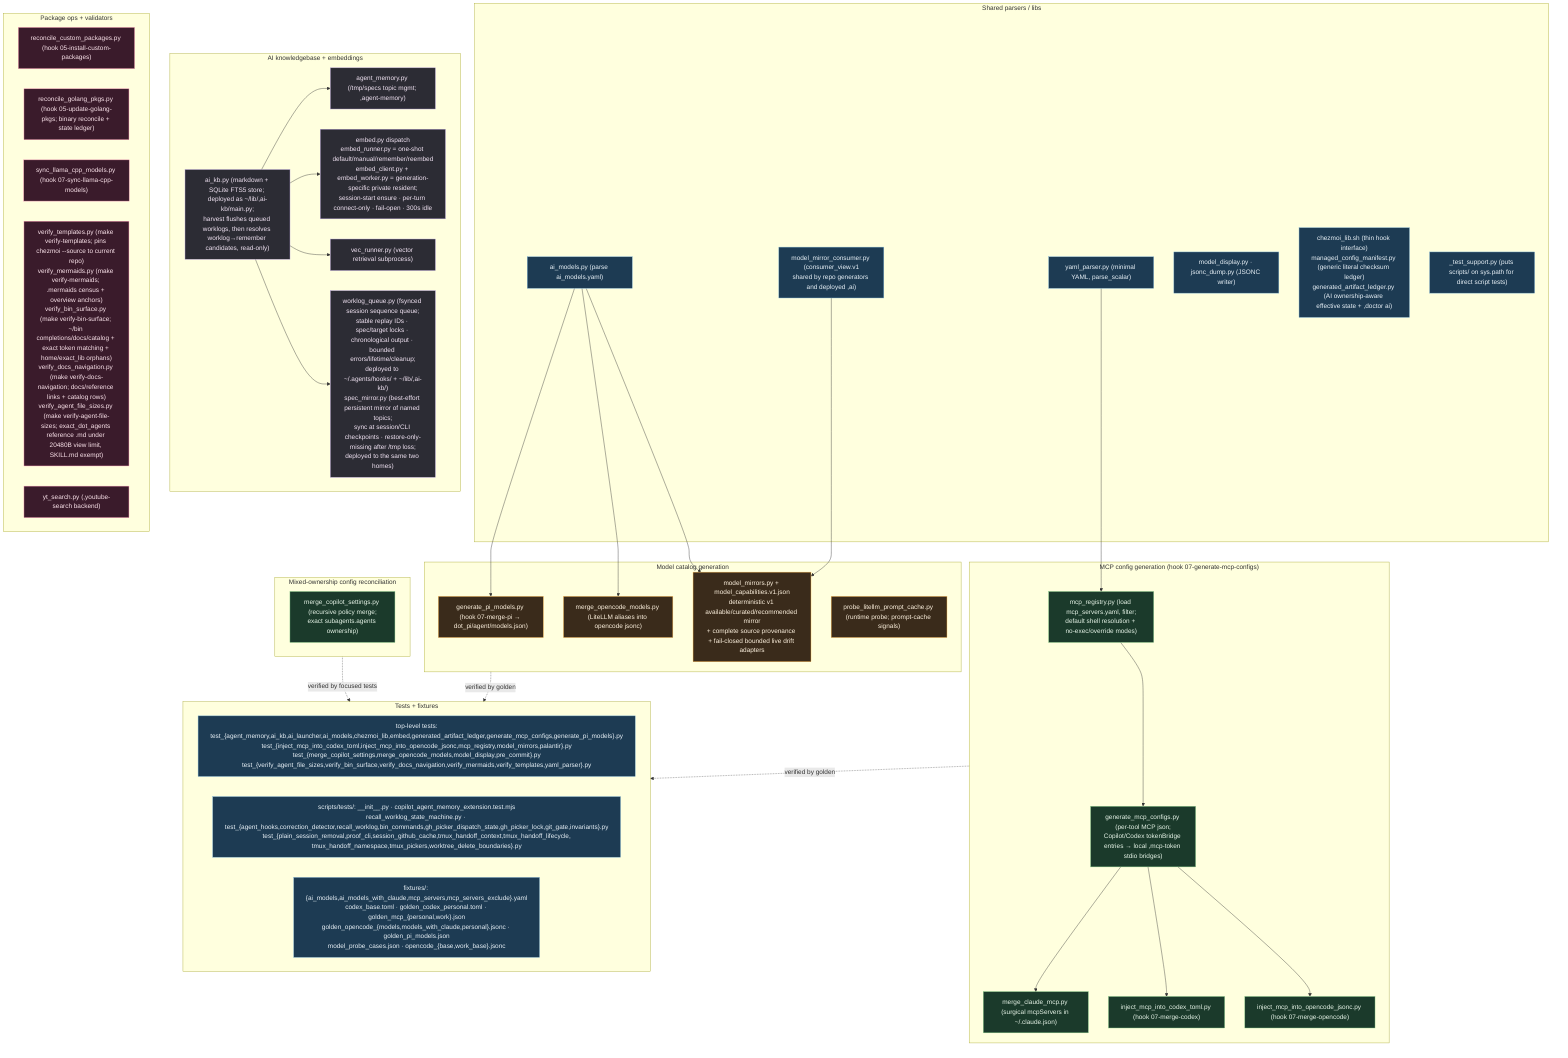
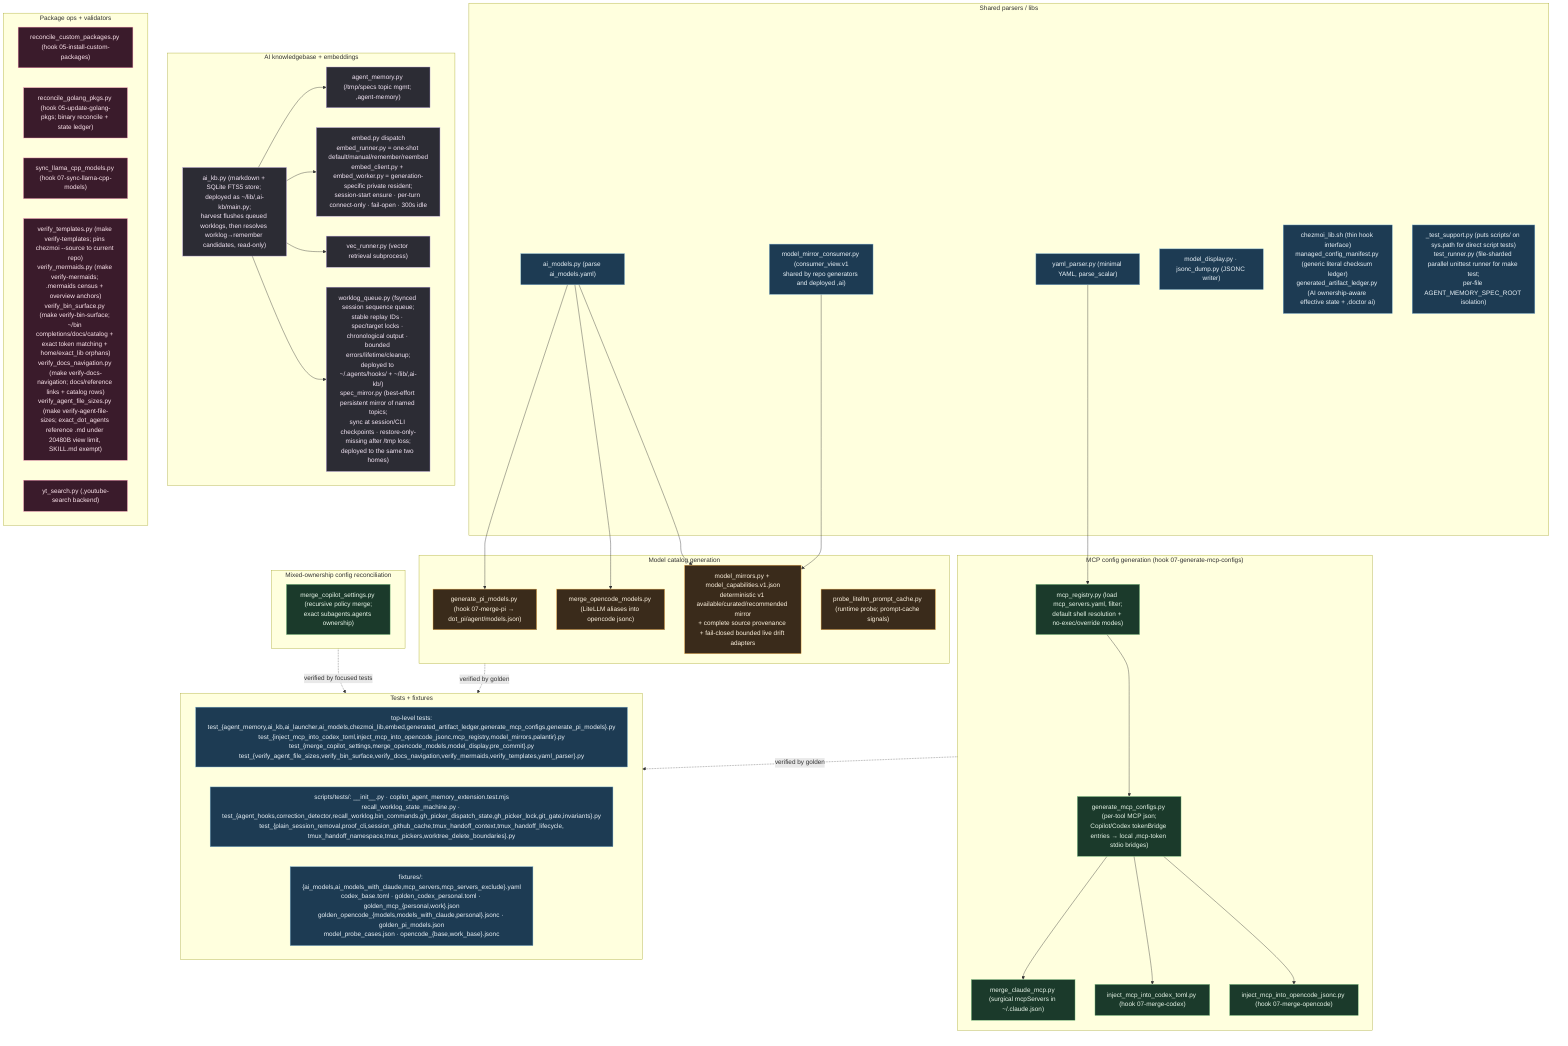
%% ============================================================================
- %% 11-scripts-helpers.mmd — Every file in scripts/ (96). Repo-side Python
+ %% 11-scripts-helpers.mmd — Every file in scripts/ (97). Repo-side Python
%% (stdlib only, no PyYAML) called by chezmoi 07-* hooks + ,bin commands.
%% Grouped by consumer. Shared parsers feed the generators/mergers.
%% ============================================================================
flowchart TB
    classDef shared fill:#1d3b53,stroke:#7fb3d5,color:#eaf2f8;
    classDef mcp fill:#1b3a2b,stroke:#81c784,color:#e8f5e9;
    classDef model fill:#3a2b1b,stroke:#ffb74d,color:#fff3e0;
    classDef ai fill:#2c2c34,stroke:#b39ddb,color:#f3e5f5;
    classDef misc fill:#3a1b2b,stroke:#f48fb1,color:#fce4ec;

    subgraph SHARED["Shared parsers / libs"]
        YP["yaml_parser.py (minimal YAML, parse_scalar)"]:::shared
        AM["ai_models.py (parse ai_models.yaml)"]:::shared
        MC["model_mirror_consumer.py (consumer_view.v1<br/>shared by repo generators and deployed ,ai)"]:::shared
        MD["model_display.py · jsonc_dump.py (JSONC writer)"]:::shared
        CL["chezmoi_lib.sh (thin hook interface)<br/>managed_config_manifest.py (generic literal checksum ledger)<br/>generated_artifact_ledger.py (AI ownership-aware effective state + ,doctor ai)"]:::shared
-         TS["_test_support.py (puts scripts/ on sys.path for direct script tests)"]:::shared
+         TS["_test_support.py (puts scripts/ on sys.path for direct script tests)<br/>test_runner.py (file-sharded parallel unittest runner for make test;<br/>per-file AGENT_MEMORY_SPEC_ROOT isolation)"]:::shared
    end

    subgraph MCPGEN["MCP config generation (hook 07-generate-mcp-configs)"]
        MR["mcp_registry.py (load mcp_servers.yaml, filter;<br/>default shell resolution + no-exec/override modes)"]:::mcp
        GMC["generate_mcp_configs.py (per-tool MCP json;<br/>Copilot/Codex tokenBridge entries → local ,mcp-token stdio bridges)"]:::mcp
        MCM["merge_claude_mcp.py (surgical mcpServers in ~/.claude.json)"]:::mcp
        ICT["inject_mcp_into_codex_toml.py (hook 07-merge-codex)"]:::mcp
        IOJ["inject_mcp_into_opencode_jsonc.py (hook 07-merge-opencode)"]:::mcp
    end
    YP --> MR --> GMC --> MCM & ICT & IOJ

    subgraph RECON["Mixed-ownership config reconciliation"]
        MCS["merge_copilot_settings.py (recursive policy merge;<br/>exact subagents.agents ownership)"]:::mcp
    end

    subgraph MODELGEN["Model catalog generation"]
        GPM["generate_pi_models.py (hook 07-merge-pi → dot_pi/agent/models.json)"]:::model
        MOM["merge_opencode_models.py (LiteLLM aliases into opencode jsonc)"]:::model
        MM["model_mirrors.py + model_capabilities.v1.json<br/>deterministic v1 available/curated/recommended mirror<br/>+ complete source provenance + fail-closed bounded live drift adapters"]:::model
        PLP["probe_litellm_prompt_cache.py (runtime probe; prompt-cache signals)"]:::model
    end
    AM --> GPM & MOM & MM
    MC --> MM

    subgraph AIKB["AI knowledgebase + embeddings"]
        KB["ai_kb.py (markdown + SQLite FTS5 store; deployed as ~/lib/,ai-kb/main.py;<br/>harvest flushes queued worklogs, then resolves worklog→remember candidates, read-only)"]:::ai
        WQ["worklog_queue.py (fsynced session sequence queue;<br/>stable replay IDs · spec/target locks · chronological output · bounded errors/lifetime/cleanup;<br/>deployed to ~/.agents/hooks/ + ~/lib/,ai-kb/)<br/>spec_mirror.py (best-effort persistent mirror of named topics;<br/>sync at session/CLI checkpoints · restore-only-missing after /tmp loss;<br/>deployed to the same two homes)"]:::ai
        EMB["embed.py dispatch<br/>embed_runner.py = one-shot default/manual/remember/reembed<br/>embed_client.py + embed_worker.py = generation-specific private resident;<br/>session-start ensure · per-turn connect-only · fail-open · 300s idle"]:::ai
        VEC["vec_runner.py (vector retrieval subprocess)"]:::ai
        AGM["agent_memory.py (/tmp/specs topic mgmt; ,agent-memory)"]:::ai
    end
    KB --> AGM & EMB & VEC & WQ

    subgraph ORCH["Package ops + validators"]
        RCP["reconcile_custom_packages.py (hook 05-install-custom-packages)"]:::misc
        RGP["reconcile_golang_pkgs.py (hook 05-update-golang-pkgs; binary reconcile + state ledger)"]:::misc
        SLC["sync_llama_cpp_models.py (hook 07-sync-llama-cpp-models)"]:::misc
        VT["verify_templates.py (make verify-templates; pins chezmoi --source to current repo)<br/>verify_mermaids.py (make verify-mermaids; .mermaids census + overview anchors)<br/>verify_bin_surface.py (make verify-bin-surface; ~/bin completions/docs/catalog + exact token matching + home/exact_lib orphans)<br/>verify_docs_navigation.py (make verify-docs-navigation; docs/reference links + catalog rows)<br/>verify_agent_file_sizes.py (make verify-agent-file-sizes; exact_dot_agents reference .md under 20480B view limit, SKILL.md exempt)"]:::misc
        YT["yt_search.py (,youtube-search backend)"]:::misc
    end

    subgraph TESTS["Tests + fixtures"]
        TT["top-level tests:<br/>test_{agent_memory,ai_kb,ai_launcher,ai_models,chezmoi_lib,embed,generated_artifact_ledger,generate_mcp_configs,generate_pi_models}.py<br/>test_{inject_mcp_into_codex_toml,inject_mcp_into_opencode_jsonc,mcp_registry,model_mirrors,palantir}.py<br/>test_{merge_copilot_settings,merge_opencode_models,model_display,pre_commit}.py<br/>test_{verify_agent_file_sizes,verify_bin_surface,verify_docs_navigation,verify_mermaids,verify_templates,yaml_parser}.py"]:::shared
        IT["scripts/tests/: __init__.py · copilot_agent_memory_extension.test.mjs<br/>recall_worklog_state_machine.py · test_{agent_hooks,correction_detector,recall_worklog,bin_commands,gh_picker_dispatch_state,gh_picker_lock,git_gate,invariants}.py<br/>test_{plain_session_removal,proof_cli,session_github_cache,tmux_handoff_context,tmux_handoff_lifecycle,<br/>tmux_handoff_namespace,tmux_pickers,worktree_delete_boundaries}.py"]:::shared
        FX["fixtures/: {ai_models,ai_models_with_claude,mcp_servers,mcp_servers_exclude}.yaml<br/>codex_base.toml · golden_codex_personal.toml · golden_mcp_{personal,work}.json<br/>golden_opencode_{models,models_with_claude,personal}.jsonc · golden_pi_models.json<br/>model_probe_cases.json · opencode_{base,work_base}.jsonc"]:::shared
    end
    MCPGEN -.verified by golden.-> TESTS
    RECON -.verified by focused tests.-> TESTS
    MODELGEN -.verified by golden.-> TESTS
